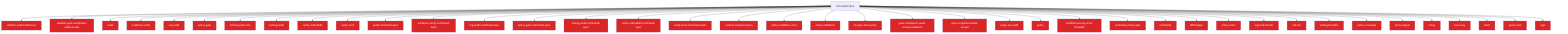
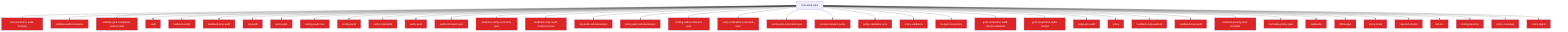
flowchart TD
  Untrusted["Untrusted input"]
+   check_harness_audit_tracking_33e6a72e["check-harness-audit-tracking"]
+   Untrusted --> check_harness_audit_tracking_33e6a72e
  validate_audit_references_811f872a["validate-audit-references"]
  Untrusted --> validate_audit_references_811f872a
  validate_goal_completion_audit_receipt_100d252c["validate-goal-completion-audit-receipt"]
  Untrusted --> validate_goal_completion_audit_receipt_100d252c
  audit_b81f37a0["audit"]
  Untrusted --> audit_b81f37a0
  evidence_verify_3b73c290["evidence-verify"]
  Untrusted --> evidence_verify_3b73c290
+   feedback_loop_audit_0ac0ec9d["feedback-loop-audit"]
+   Untrusted --> feedback_loop_audit_0ac0ec9d
  org_audit_d739e44b["org-audit"]
  Untrusted --> org_audit_d739e44b
  policy_gate_213f7313["policy-gate"]
  Untrusted --> policy_gate_213f7313
  tooling_audit_core_328d6a41["tooling-audit-core"]
  Untrusted --> tooling_audit_core_328d6a41
  tooling_audit_8a8239ff["tooling-audit"]
  Untrusted --> tooling_audit_8a8239ff
  verify_coderabbit_490b4e71["verify-coderabbit"]
  Untrusted --> verify_coderabbit_490b4e71
  verify_work_df70ecac["verify-work"]
  Untrusted --> verify_work_df70ecac
  audit_command_spec_5acf0149["audit-command-spec"]
  Untrusted --> audit_command_spec_5acf0149
  evidence_verify_command_spec_e1cbfea2["evidence-verify-command-spec"]
  Untrusted --> evidence_verify_command_spec_e1cbfea2
+   feedback_loop_audit_command_spec_27e599c4["feedback-loop-audit-command-spec"]
+   Untrusted --> feedback_loop_audit_command_spec_27e599c4
  org_audit_command_spec_1a570341["org-audit-command-spec"]
  Untrusted --> org_audit_command_spec_1a570341
  policy_gate_command_spec_71e8726a["policy-gate-command-spec"]
  Untrusted --> policy_gate_command_spec_71e8726a
  tooling_audit_command_spec_e0e57863["tooling-audit-command-spec"]
  Untrusted --> tooling_audit_command_spec_e0e57863
  verify_coderabbit_command_spec_68cc9ec5["verify-coderabbit-command-spec"]
  Untrusted --> verify_coderabbit_command_spec_68cc9ec5
  verify_work_command_spec_d6c94ac8["verify-work-command-spec"]
  Untrusted --> verify_work_command_spec_d6c94ac8
  context_compact_policy_3dcaf95d["context-compact-policy"]
  Untrusted --> context_compact_policy_3dcaf95d
  policy_validators_core_714a3fe7["policy-validators-core"]
  Untrusted --> policy_validators_core_714a3fe7
  policy_validators_6682e192["policy-validators"]
  Untrusted --> policy_validators_6682e192
  he_gate_trust_policy_b1126dfd["he-gate-trust-policy"]
  Untrusted --> he_gate_trust_policy_b1126dfd
  goal_completion_audit_receipt_validation_9d0f4891["goal-completion-audit-receipt-validation"]
  Untrusted --> goal_completion_audit_receipt_validation_9d0f4891
  goal_completion_audit_receipt_5e4939c3["goal-completion-audit-receipt"]
  Untrusted --> goal_completion_audit_receipt_5e4939c3
  judge_pm_audit_ccd20b35["judge-pm-audit"]
  Untrusted --> judge_pm_audit_ccd20b35
  policy_823412d1["policy"]
  Untrusted --> policy_823412d1
+   feedback_loop_audit_cli_fd8f38dc["feedback-loop-audit-cli"]
+   Untrusted --> feedback_loop_audit_cli_fd8f38dc
+   feedback_loop_audit_1_c7be4304["feedback-loop-audit"]
+   Untrusted --> feedback_loop_audit_1_c7be4304
  scaffold_security_scan_template_55bc7465["scaffold-security-scan-template"]
  Untrusted --> scaffold_security_scan_template_55bc7465
  normalise_policy_gate_90229693["normalise-policy-gate"]
  Untrusted --> normalise_policy_gate_90229693
  cardinality_ebef8aff["cardinality"]
  Untrusted --> cardinality_ebef8aff
  diff_budget_1_9f85eb1c["diff-budget"]
  Untrusted --> diff_budget_1_9f85eb1c
  policy_chain_0c92e343["policy-chain"]
  Untrusted --> policy_chain_0c92e343
  required_checks_46396214["required-checks"]
  Untrusted --> required_checks_46396214
  risk_tier_1_96b6ff91["risk-tier"]
  Untrusted --> risk_tier_1_96b6ff91
  tooling_baseline_50ab2eeb["tooling-baseline"]
  Untrusted --> tooling_baseline_50ab2eeb
  policy_coverage_dab8febe["policy-coverage"]
  Untrusted --> policy_coverage_dab8febe
  policy_digest_ca7acf0a["policy-digest"]
  Untrusted --> policy_digest_ca7acf0a
-   policy_1_fc4198db["policy"]
-   Untrusted --> policy_1_fc4198db
-   issue_key_305bf3db["issue-key"]
-   Untrusted --> issue_key_305bf3db
-   hash_d04b98f4["hash"]
-   Untrusted --> hash_d04b98f4
-   verify_work_1_cd8e7ec3["verify-work"]
-   Untrusted --> verify_work_1_cd8e7ec3
-   args_1_15220d9b["args"]
-   Untrusted --> args_1_15220d9b
  classDef securityNode fill:#dc2626,color:#fff
-   class validate_audit_references_811f872a,validate_goal_completion_audit_receipt_100d252c,audit_b81f37a0,evidence_verify_3b73c290,org_audit_d739e44b,policy_gate_213f7313,tooling_audit_core_328d6a41,tooling_audit_8a8239ff,verify_coderabbit_490b4e71,verify_work_df70ecac,audit_command_spec_5acf0149,evidence_verify_command_spec_e1cbfea2,org_audit_command_spec_1a570341,policy_gate_command_spec_71e8726a,tooling_audit_command_spec_e0e57863,verify_coderabbit_command_spec_68cc9ec5,verify_work_command_spec_d6c94ac8,context_compact_policy_3dcaf95d,policy_validators_core_714a3fe7,policy_validators_6682e192,he_gate_trust_policy_b1126dfd,goal_completion_audit_receipt_validation_9d0f4891,goal_completion_audit_receipt_5e4939c3,judge_pm_audit_ccd20b35,policy_823412d1,scaffold_security_scan_template_55bc7465,normalise_policy_gate_90229693,cardinality_ebef8aff,diff_budget_1_9f85eb1c,policy_chain_0c92e343,required_checks_46396214,risk_tier_1_96b6ff91,tooling_baseline_50ab2eeb,policy_coverage_dab8febe,policy_digest_ca7acf0a,policy_1_fc4198db,issue_key_305bf3db,hash_d04b98f4,verify_work_1_cd8e7ec3,args_1_15220d9b securityNode
+   class check_harness_audit_tracking_33e6a72e,validate_audit_references_811f872a,validate_goal_completion_audit_receipt_100d252c,audit_b81f37a0,evidence_verify_3b73c290,feedback_loop_audit_0ac0ec9d,org_audit_d739e44b,policy_gate_213f7313,tooling_audit_core_328d6a41,tooling_audit_8a8239ff,verify_coderabbit_490b4e71,verify_work_df70ecac,audit_command_spec_5acf0149,evidence_verify_command_spec_e1cbfea2,feedback_loop_audit_command_spec_27e599c4,org_audit_command_spec_1a570341,policy_gate_command_spec_71e8726a,tooling_audit_command_spec_e0e57863,verify_coderabbit_command_spec_68cc9ec5,verify_work_command_spec_d6c94ac8,context_compact_policy_3dcaf95d,policy_validators_core_714a3fe7,policy_validators_6682e192,he_gate_trust_policy_b1126dfd,goal_completion_audit_receipt_validation_9d0f4891,goal_completion_audit_receipt_5e4939c3,judge_pm_audit_ccd20b35,policy_823412d1,feedback_loop_audit_cli_fd8f38dc,feedback_loop_audit_1_c7be4304,scaffold_security_scan_template_55bc7465,normalise_policy_gate_90229693,cardinality_ebef8aff,diff_budget_1_9f85eb1c,policy_chain_0c92e343,required_checks_46396214,risk_tier_1_96b6ff91,tooling_baseline_50ab2eeb,policy_coverage_dab8febe,policy_digest_ca7acf0a securityNode
